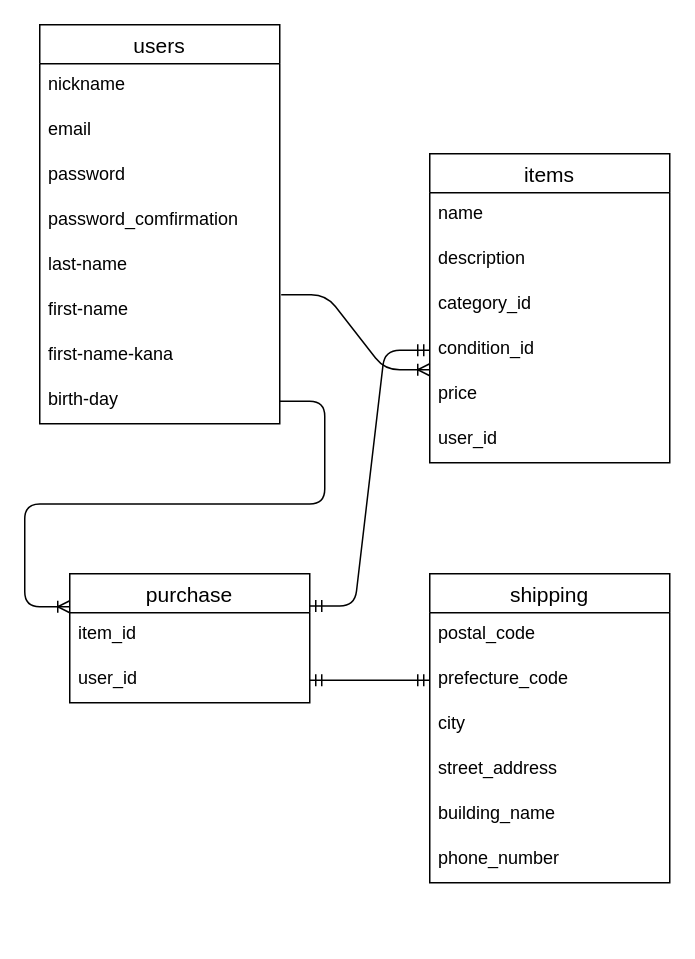
This is app/views/test.dio from misuzuebihara/furima-41478, a draw.io file, before an edit. Source tidied: cells renumbered, new cells numbered last; positions are measured from the earlier drawing's top-left corner, leaving out a move shared by most shapes. Both pictures are drawn from the tidied source at 150%, with x=0, y=0 at pixel (39, 24).
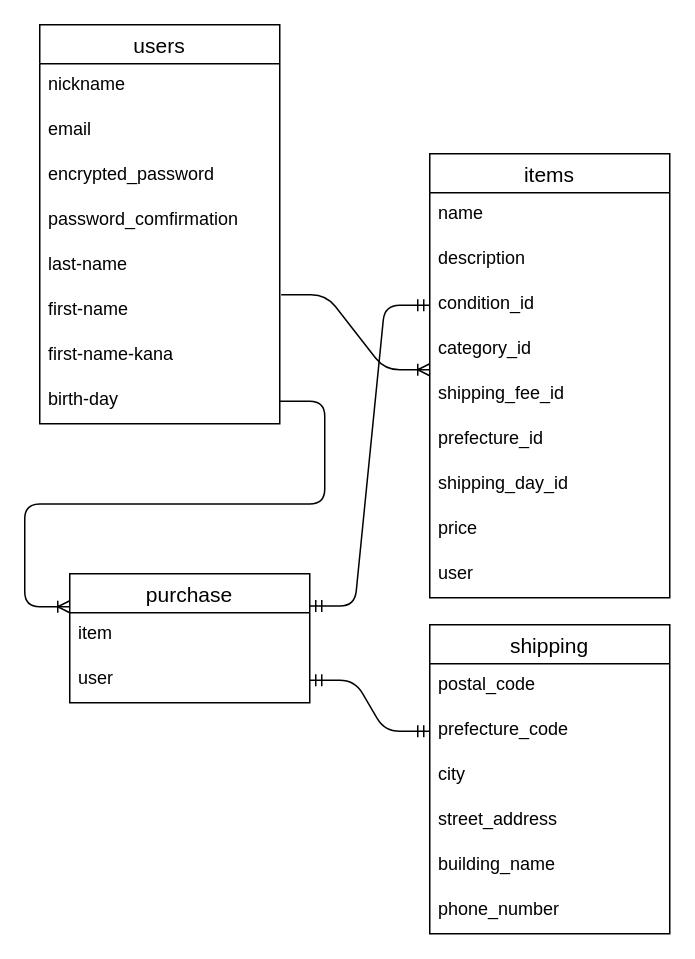
The same diagram, later.

Unchanged cells that the change refers to:
```xml
<mxCell id="2" value="users" style="swimlane;fontStyle=0;horizontal=1;startSize=26;align=center;fontSize=14;" parent="1" vertex="1">
  <mxGeometry width="160" height="266" as="geometry" />
</mxCell>
<mxCell id="18" value="purchase" style="swimlane;fontStyle=0;horizontal=1;startSize=26;align=center;fontSize=14;" parent="1" vertex="1">
  <mxGeometry x="20" y="366" width="160" height="86" as="geometry" />
</mxCell>
```

Diff of the diagram source:
```diff
@@
-    <mxCell id="5" value="password" style="text;strokeColor=none;fillColor=none;spacingLeft=4;spacingRight=4;overflow=hidden;fontSize=12;" parent="2" vertex="1">
+    <mxCell id="5" value="encrypted_password" style="text;strokeColor=none;fillColor=none;spacingLeft=4;spacingRight=4;overflow=hidden;fontSize=12;" parent="2" vertex="1">
       <mxGeometry y="86" width="160" height="30" as="geometry" />
     </mxCell>
@@
     <mxCell id="11" value="items" style="swimlane;fontStyle=0;horizontal=1;startSize=26;align=center;fontSize=14;" parent="1" vertex="1">
-      <mxGeometry x="260" y="86" width="160" height="206" as="geometry" />
+      <mxGeometry x="260" y="86" width="160" height="296" as="geometry" />
     </mxCell>
@@
+    <mxCell id="15" value="condition_id" style="text;strokeColor=none;fillColor=none;spacingLeft=4;spacingRight=4;overflow=hidden;points=[[0,0.5],[1,0.5]];portConstraint=eastwest;fontSize=12;" parent="11" vertex="1">
+      <mxGeometry y="86" width="160" height="30" as="geometry" />
+    </mxCell>
     <mxCell id="14" value="category_id" style="text;strokeColor=none;fillColor=none;spacingLeft=4;spacingRight=4;overflow=hidden;fontSize=12;" parent="11" vertex="1">
-      <mxGeometry y="86" width="160" height="30" as="geometry" />
+      <mxGeometry y="116" width="160" height="30" as="geometry" />
     </mxCell>
-    <mxCell id="15" value="condition_id" style="text;strokeColor=none;fillColor=none;spacingLeft=4;spacingRight=4;overflow=hidden;points=[[0,0.5],[1,0.5]];portConstraint=eastwest;fontSize=12;" parent="11" vertex="1">
-      <mxGeometry y="116" width="160" height="30" as="geometry" />
-    </mxCell>
+    <mxCell id="32" value="shipping_fee_id&#10;" style="text;strokeColor=none;fillColor=none;spacingLeft=4;spacingRight=4;overflow=hidden;fontSize=12;" parent="11" vertex="1">
+      <mxGeometry y="146" width="160" height="30" as="geometry" />
+    </mxCell>
+    <mxCell id="33" value="prefecture_id" style="text;strokeColor=none;fillColor=none;spacingLeft=4;spacingRight=4;overflow=hidden;fontSize=12;" parent="11" vertex="1">
+      <mxGeometry y="176" width="160" height="30" as="geometry" />
+    </mxCell>
+    <mxCell id="34" value="shipping_day_id" style="text;strokeColor=none;fillColor=none;spacingLeft=4;spacingRight=4;overflow=hidden;fontSize=12;" parent="11" vertex="1">
+      <mxGeometry y="206" width="160" height="30" as="geometry" />
+    </mxCell>
     <mxCell id="16" value="price" style="text;strokeColor=none;fillColor=none;spacingLeft=4;spacingRight=4;overflow=hidden;fontSize=12;" parent="11" vertex="1">
-      <mxGeometry y="146" width="160" height="30" as="geometry" />
+      <mxGeometry y="236" width="160" height="30" as="geometry" />
     </mxCell>
-    <mxCell id="17" value="user_id" style="text;strokeColor=none;fillColor=none;spacingLeft=4;spacingRight=4;overflow=hidden;fontSize=12;" parent="11" vertex="1">
-      <mxGeometry y="176" width="160" height="30" as="geometry" />
+    <mxCell id="17" value="user" style="text;strokeColor=none;fillColor=none;spacingLeft=4;spacingRight=4;overflow=hidden;fontSize=12;" parent="11" vertex="1">
+      <mxGeometry y="266" width="160" height="30" as="geometry" />
     </mxCell>
@@
-    <mxCell id="19" value="item_id" style="text;strokeColor=none;fillColor=none;spacingLeft=4;spacingRight=4;overflow=hidden;fontSize=12;" parent="18" vertex="1">
+    <mxCell id="19" value="item" style="text;strokeColor=none;fillColor=none;spacingLeft=4;spacingRight=4;overflow=hidden;fontSize=12;" parent="18" vertex="1">
       <mxGeometry y="26" width="160" height="30" as="geometry" />
     </mxCell>
-    <mxCell id="20" value="user_id" style="text;strokeColor=none;fillColor=none;spacingLeft=4;spacingRight=4;overflow=hidden;points=[[0,0.5],[1,0.5]];portConstraint=eastwest;fontSize=12;" parent="18" vertex="1">
+    <mxCell id="20" value="user" style="text;strokeColor=none;fillColor=none;spacingLeft=4;spacingRight=4;overflow=hidden;points=[[0,0.5],[1,0.5]];portConstraint=eastwest;fontSize=12;" parent="18" vertex="1">
       <mxGeometry y="56" width="160" height="30" as="geometry" />
     </mxCell>
     <mxCell id="21" value="shipping" style="swimlane;fontStyle=0;horizontal=1;startSize=26;align=center;fontSize=14;" parent="1" vertex="1">
-      <mxGeometry x="260" y="366" width="160" height="206" as="geometry" />
+      <mxGeometry x="260" y="400" width="160" height="206" as="geometry" />
     </mxCell>
```
